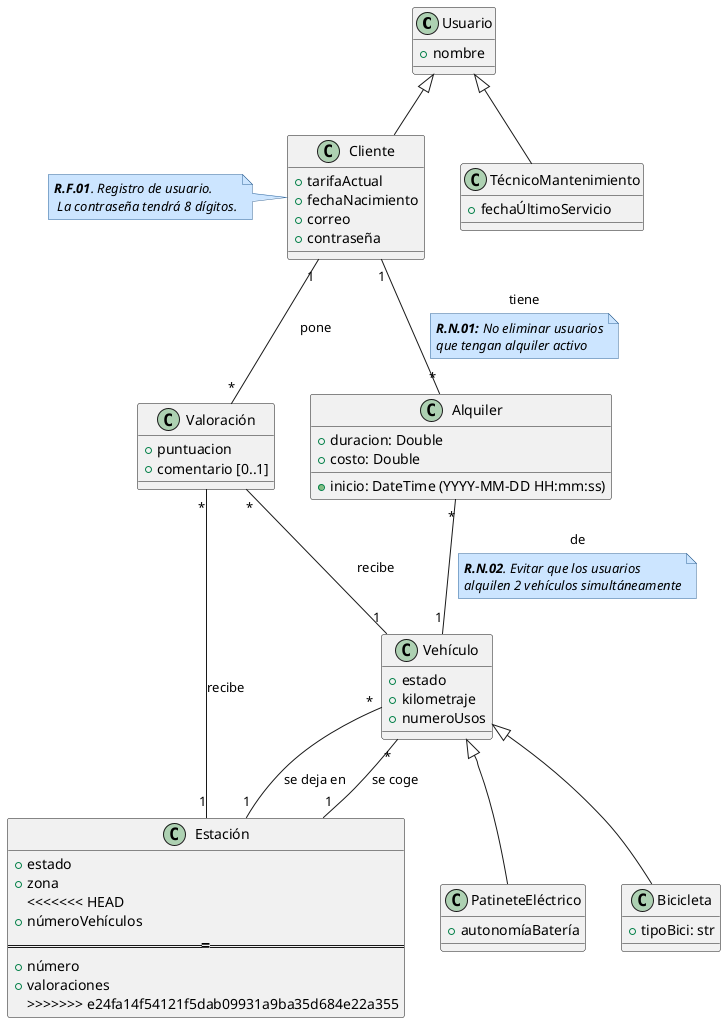
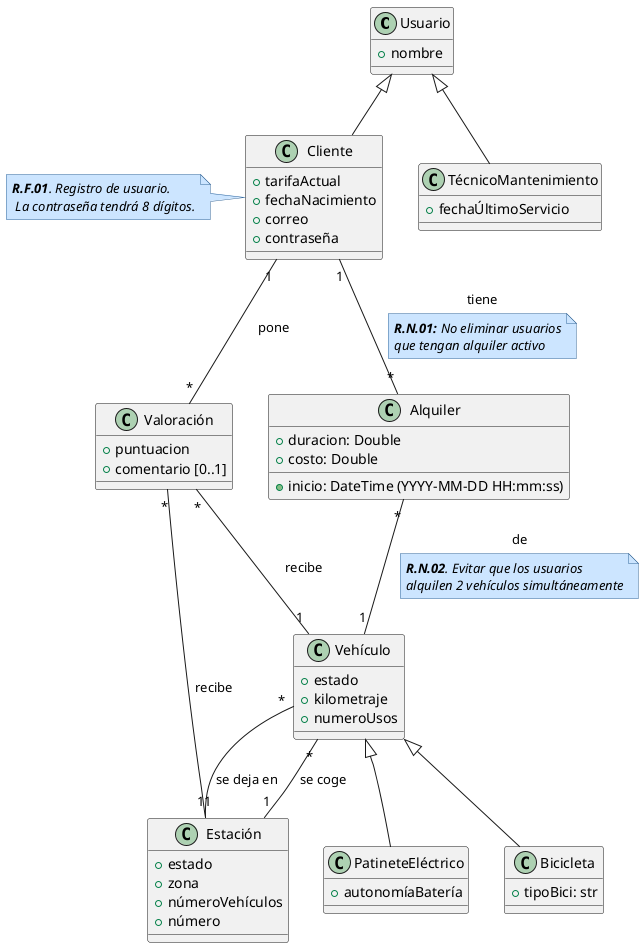
@startuml DiagramaClases

skinparam note {
  BackgroundColor #cce5ff
  BorderColor #336699
  FontStyle italic
}

class Usuario {
    +nombre
}

class Cliente {
    +tarifaActual
    +fechaNacimiento
    +correo
    +contraseña
}
note left:**R.F.01**. Registro de usuario. \n La contraseña tendrá 8 dígitos.

class TécnicoMantenimiento {
    +fechaÚltimoServicio
}

class Valoración {
    +puntuacion
    +comentario [0..1]
}

class Alquiler {
    +inicio: DateTime (YYYY-MM-DD HH:mm:ss)
    +duracion: Double
    +costo: Double
}

class Vehículo {
    +estado
    +kilometraje
    +numeroUsos
}

'Una estación se refiere a un enganche específico,'
'para decir a qué grupo de bicis pertenece se utiliza el atributo zona'
'Se ha puesto así para poder poner en qué enganche (estación) se encuentra'
'una bici específica, si no no se podría identificar la bici averiada por ejemplo.'

class Estación {
    +estado
    +zona
- <<<<<<< HEAD
    +númeroVehículos
- =======
    +número
-     +valoraciones
- >>>>>>> e24fa14f54121f5dab09931a9ba35d684e22a355
}

class Bicicleta {
    +tipoBici: str
}

class PatineteEléctrico {
    +autonomíaBatería
}

Usuario <|-- Cliente
Usuario <|-- TécnicoMantenimiento

'Relación directa valoraciones'
Cliente "1"--"*" Valoración : pone
Valoración "*"--"1" Vehículo : recibe
Valoración "*"--"1" Estación : recibe

Estación"1" -- "*"Vehículo : se coge
Vehículo"*" -- "1"Estación :se deja en

'Relacion de Alquileres'
Cliente "1"--"*"  Alquiler: tiene
'Requisitos seguidos de relacion a linkear'
note on link
  **R.N.01:** No eliminar usuarios
  que tengan alquiler activo
end note

Alquiler "*"--"1" Vehículo: de
note on link
    **R.N.02**. Evitar que los usuarios
    alquilen 2 vehículos simultáneamente
end note

Vehículo <|-- Bicicleta
Vehículo <|-- PatineteEléctrico


@enduml